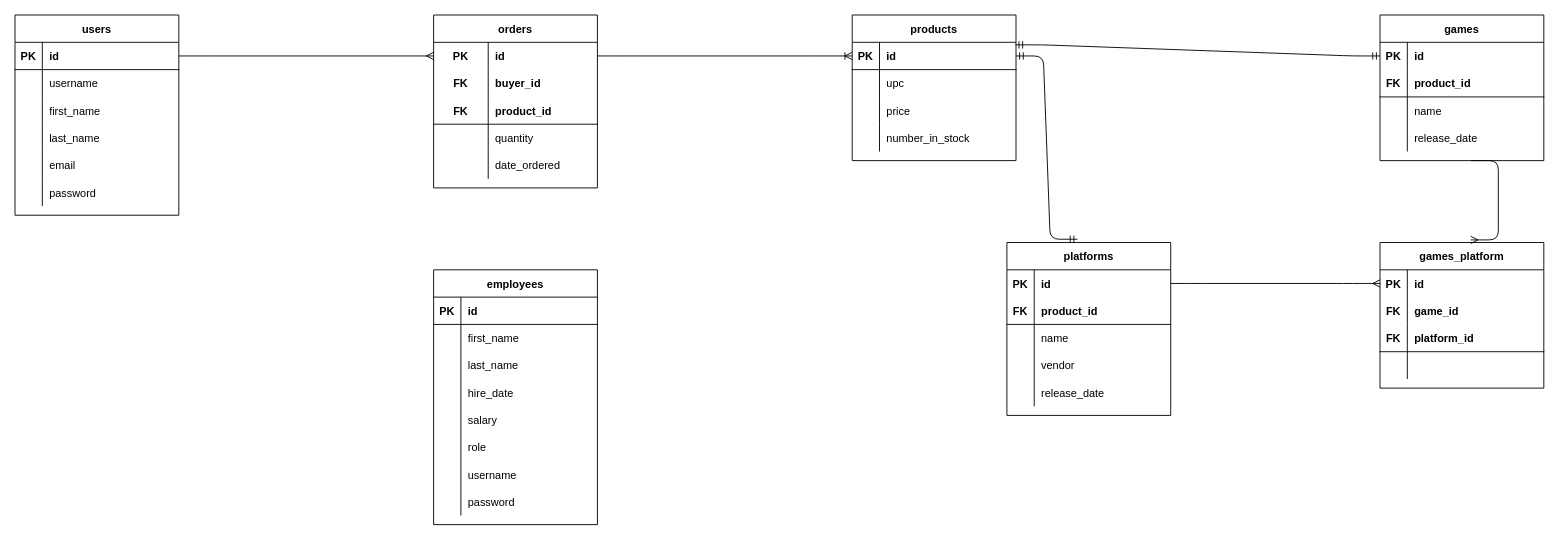
Before: ERD.drawio in jamesaiello42/Video-Game-API, a draw.io diagram. Source tidied: cells renumbered, new cells numbered last; positions are measured from the earlier drawing's top-left corner, leaving out a move shared by most shapes. Both pictures are drawn from the tidied source at 91%, with x=0, y=0 at pixel (15, 15).
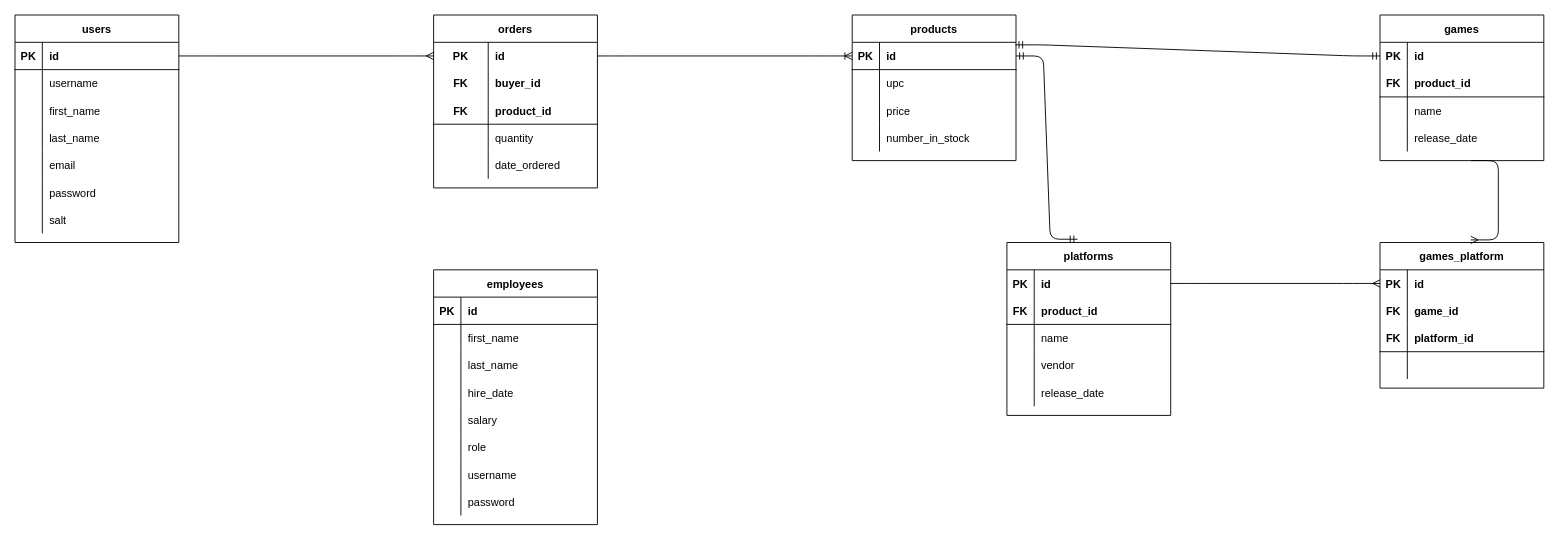
The same diagram, later.

Diff of the diagram source:
```diff
@@
     <mxCell id="2" value="users" style="shape=table;startSize=30;childLayout=tableLayout;rowLines=0;fontStyle=1;align=center;" parent="1" vertex="1">
-      <mxGeometry width="180" height="220" as="geometry" />
+      <mxGeometry width="180" height="250" as="geometry" />
     </mxCell>
@@
+    <mxCell id="123" style="shape=partialRectangle;fillColor=none;top=0;left=0;bottom=0;right=0;" parent="2" vertex="1">
+      <mxGeometry y="180" width="180" height="30" as="geometry" />
+    </mxCell>
+    <mxCell id="124" style="shape=partialRectangle;fillColor=none;top=0;left=0;bottom=0;right=0;overflow=hidden;" parent="123" vertex="1">
+      <mxGeometry width="30" height="30" as="geometry" />
+    </mxCell>
+    <mxCell id="125" value="password" style="shape=partialRectangle;fillColor=none;top=0;left=0;bottom=0;right=0;align=left;spacingLeft=6;overflow=hidden;" parent="123" vertex="1">
+      <mxGeometry x="30" width="150" height="30" as="geometry" />
+    </mxCell>
     <mxCell id="18" style="shape=partialRectangle;fillColor=none;top=0;left=0;bottom=0;right=0;" parent="2" vertex="1">
-      <mxGeometry y="180" width="180" height="30" as="geometry" />
+      <mxGeometry y="210" width="180" height="30" as="geometry" />
     </mxCell>
@@
-    <mxCell id="20" value="password" style="shape=partialRectangle;fillColor=none;top=0;left=0;bottom=0;right=0;align=left;spacingLeft=6;overflow=hidden;" parent="18" vertex="1">
+    <mxCell id="20" value="salt" style="shape=partialRectangle;fillColor=none;top=0;left=0;bottom=0;right=0;align=left;spacingLeft=6;overflow=hidden;" parent="18" vertex="1">
       <mxGeometry x="30" width="150" height="30" as="geometry" />
     </mxCell>
```
